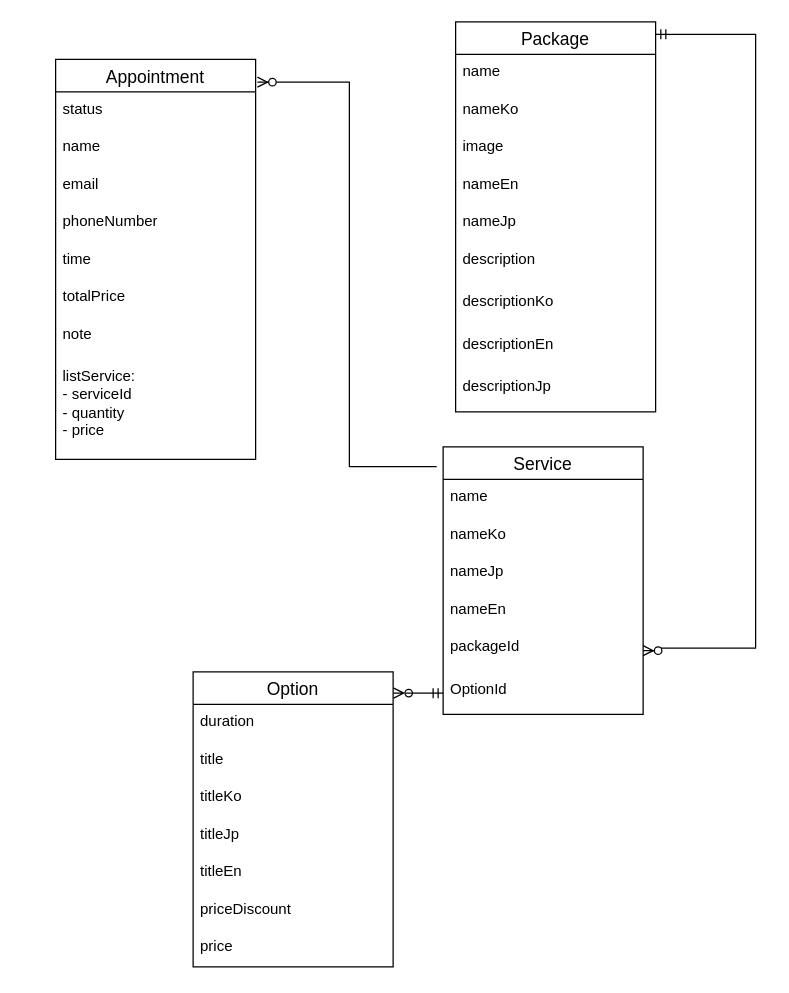
huygamcha/BE_URBAN_SPA keeps this draw.io diagram as DB.drawio. Above is the earlier version. Source tidied: cells renumbered, new cells numbered last; positions are measured from the earlier drawing's top-left corner, leaving out a move shared by most shapes. Both pictures are drawn from the tidied source at 125%, with x=0, y=0 at pixel (55, 21).
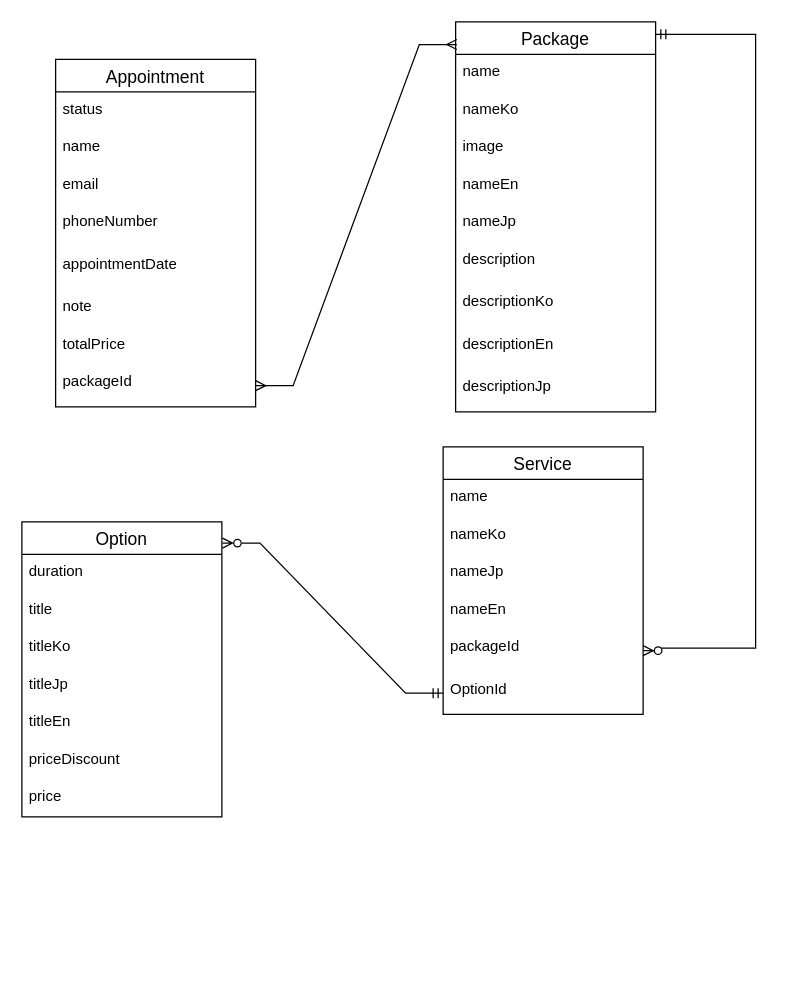
The same page after the edit.

Commit message:
Cập nhật DB.drawio

Unchanged cells that the change refers to:
```xml
<mxCell id="2" value="Service" style="swimlane;fontStyle=0;horizontal=1;startSize=26;align=center;fontSize=14;" parent="1" vertex="1">
  <mxGeometry x="310" y="340" width="160" height="214" as="geometry" />
</mxCell>
<mxCell id="9" value="Package" style="swimlane;fontStyle=0;horizontal=1;startSize=26;align=center;fontSize=14;" parent="1" vertex="1">
  <mxGeometry x="320" width="160" height="312" as="geometry" />
</mxCell>
```

What changed in the source:
```diff
@@
     <mxCell id="19" value="Appointment" style="swimlane;fontStyle=0;horizontal=1;startSize=26;align=center;fontSize=14;" parent="1" vertex="1">
-      <mxGeometry y="30" width="160" height="320" as="geometry" />
+      <mxGeometry y="30" width="160" height="278" as="geometry" />
     </mxCell>
@@
     <mxCell id="23" value="phoneNumber" style="text;strokeColor=none;fillColor=none;spacingLeft=4;spacingRight=4;overflow=hidden;fontSize=12;whiteSpace=wrap;html=1;" parent="19" vertex="1">
-      <mxGeometry y="116" width="160" height="30" as="geometry" />
+      <mxGeometry y="116" width="160" height="34" as="geometry" />
     </mxCell>
-    <mxCell id="24" value="time" style="text;strokeColor=none;fillColor=none;spacingLeft=4;spacingRight=4;overflow=hidden;fontSize=12;whiteSpace=wrap;html=1;" parent="19" vertex="1">
-      <mxGeometry y="146" width="160" height="30" as="geometry" />
+    <mxCell id="24" value="appointmentDate" style="text;strokeColor=none;fillColor=none;spacingLeft=4;spacingRight=4;overflow=hidden;fontSize=12;whiteSpace=wrap;html=1;" parent="19" vertex="1">
+      <mxGeometry y="150" width="160" height="34" as="geometry" />
     </mxCell>
+    <mxCell id="26" value="note" style="text;strokeColor=none;fillColor=none;spacingLeft=4;spacingRight=4;overflow=hidden;fontSize=12;whiteSpace=wrap;html=1;" parent="19" vertex="1">
+      <mxGeometry y="184" width="160" height="30" as="geometry" />
+    </mxCell>
     <mxCell id="25" value="totalPrice" style="text;strokeColor=none;fillColor=none;spacingLeft=4;spacingRight=4;overflow=hidden;fontSize=12;whiteSpace=wrap;html=1;" parent="19" vertex="1">
-      <mxGeometry y="176" width="160" height="30" as="geometry" />
+      <mxGeometry y="214" width="160" height="30" as="geometry" />
     </mxCell>
-    <mxCell id="26" value="note" style="text;strokeColor=none;fillColor=none;spacingLeft=4;spacingRight=4;overflow=hidden;fontSize=12;whiteSpace=wrap;html=1;" parent="19" vertex="1">
-      <mxGeometry y="206" width="160" height="34" as="geometry" />
-    </mxCell>
-    <mxCell id="27" value="listService:&lt;div style=&quot;font-size: 12px;&quot;&gt;&lt;div style=&quot;font-size: 12px;&quot;&gt;- serviceId&lt;/div&gt;&lt;div style=&quot;font-size: 12px;&quot;&gt;- quantity&lt;/div&gt;&lt;div style=&quot;font-size: 12px;&quot;&gt;- price&lt;/div&gt;&lt;/div&gt;" style="text;strokeColor=none;fillColor=none;spacingLeft=4;spacingRight=2;overflow=hidden;fontSize=12;whiteSpace=wrap;html=1;spacingTop=0;spacing=2;align=left;verticalAlign=top;" parent="19" vertex="1">
-      <mxGeometry y="240" width="160" height="80" as="geometry" />
-    </mxCell>
-    <mxCell id="28" style="edgeStyle=orthogonalEdgeStyle;fontSize=12;html=1;endArrow=ERzeroToMany;endFill=1;rounded=0;exitX=-0.032;exitY=0.074;exitDx=0;exitDy=0;exitPerimeter=0;entryX=1.009;entryY=0.057;entryDx=0;entryDy=0;entryPerimeter=0;" parent="1" edge="1" source="2" target="19">
-      <mxGeometry relative="1" as="geometry" />
-    </mxCell>
+    <mxCell id="39" value="packageId" style="text;strokeColor=none;fillColor=none;spacingLeft=4;spacingRight=4;overflow=hidden;points=[[0,0.5],[1,0.5]];portConstraint=eastwest;fontSize=12;whiteSpace=wrap;html=1;" parent="19" vertex="1">
+      <mxGeometry y="244" width="160" height="34" as="geometry" />
+    </mxCell>
     <mxCell id="29" value="Option" style="swimlane;fontStyle=0;horizontal=1;startSize=26;align=center;fontSize=14;" parent="1" vertex="1">
-      <mxGeometry x="110" y="520" width="160" height="236" as="geometry" />
+      <mxGeometry x="-27" y="400" width="160" height="236" as="geometry" />
     </mxCell>
@@
+    <mxCell id="40" style="edgeStyle=entityRelationEdgeStyle;fontSize=12;html=1;endArrow=ERmany;startArrow=ERmany;rounded=0;entryX=0.006;entryY=0.058;entryDx=0;entryDy=0;entryPerimeter=0;exitX=1;exitY=0.5;exitDx=0;exitDy=0;" parent="1" edge="1" source="39" target="9">
+      <mxGeometry relative="1" as="geometry" />
+    </mxCell>
```
